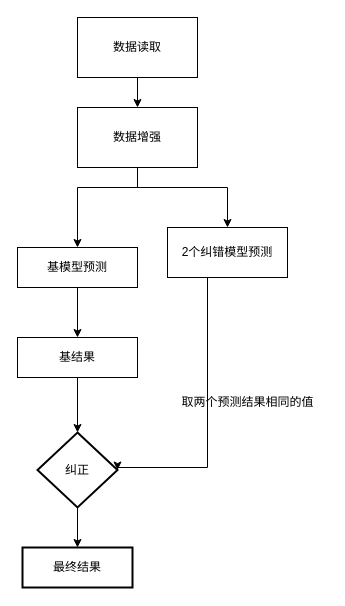
The draw.io diagram 模型组成.drawio in jiangyuanyuan1/invention, before the edit. Source tidied: cells renumbered, new cells numbered last; positions are measured from the earlier drawing's top-left corner, leaving out a move shared by most shapes. Both pictures are drawn from the tidied source at 100%, with x=0, y=0 at pixel (17, 17).
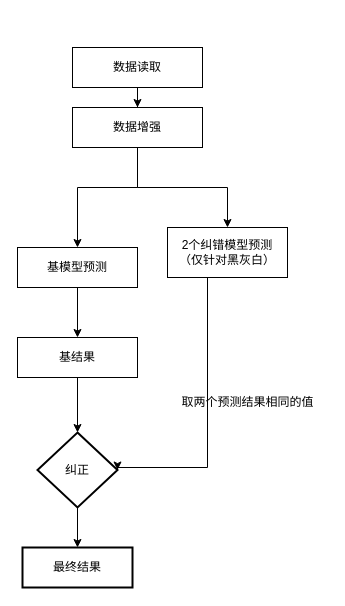
The same diagram, later.

Commit message (it also covers changes not shown here):
更新模型组成.drawio

The edit, as a diff of the source:
```diff
@@
     <mxCell id="3" value="数据读取" style="rounded=0;whiteSpace=wrap;html=1;" parent="1" vertex="1">
-      <mxGeometry x="60" width="120" height="60" as="geometry" />
+      <mxGeometry x="55" y="30" width="130" height="40" as="geometry" />
     </mxCell>
@@
     <mxCell id="6" value="数据增强" style="rounded=0;whiteSpace=wrap;html=1;" parent="1" vertex="1">
-      <mxGeometry x="60" y="90" width="120" height="60" as="geometry" />
+      <mxGeometry x="55" y="90" width="130" height="40" as="geometry" />
     </mxCell>
@@
-    <mxCell id="12" value="2个纠错模型预测" style="rounded=0;whiteSpace=wrap;html=1;" parent="1" vertex="1">
+    <mxCell id="12" value="2个纠错模型预测&lt;br&gt;（仅针对黑灰白）" style="rounded=0;whiteSpace=wrap;html=1;" parent="1" vertex="1">
       <mxGeometry x="150" y="210" width="120" height="50" as="geometry" />
     </mxCell>
```
